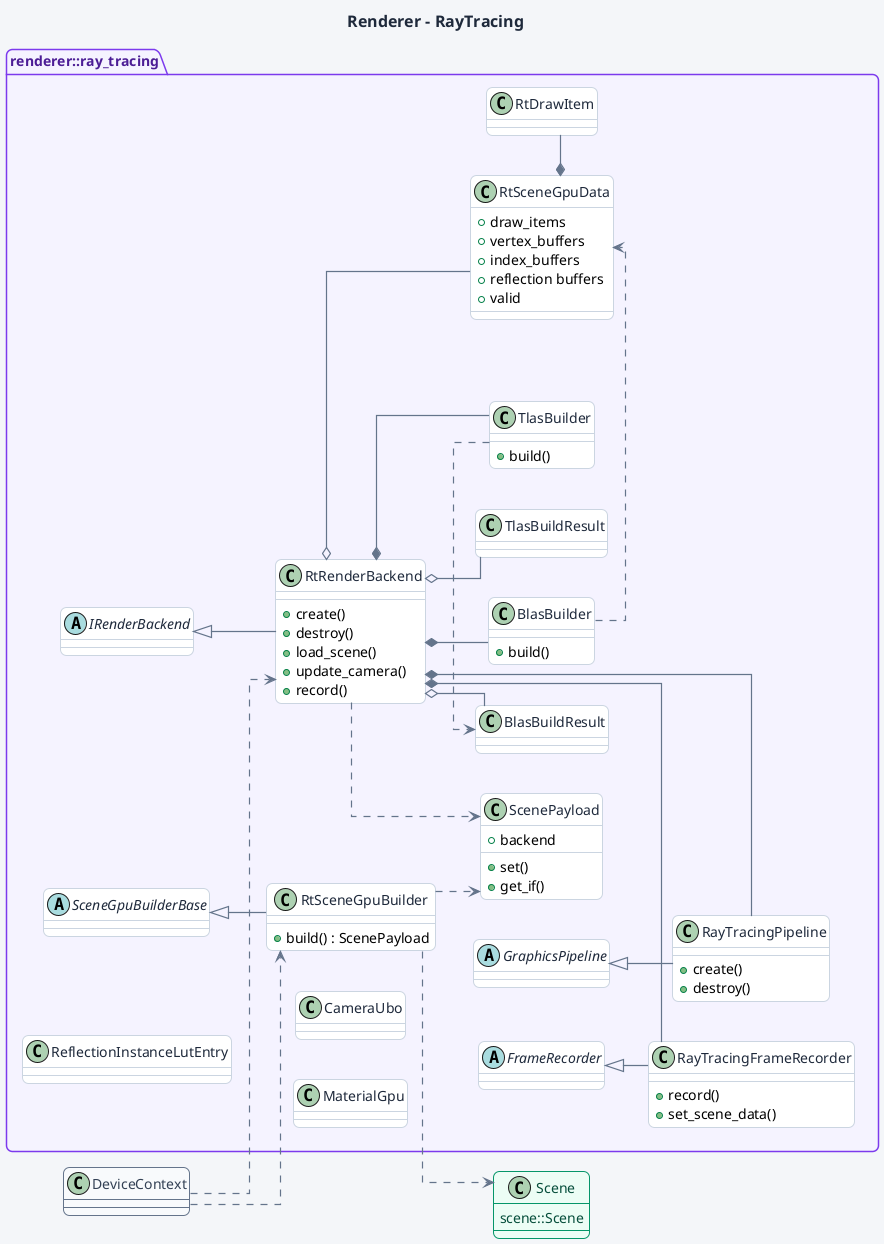
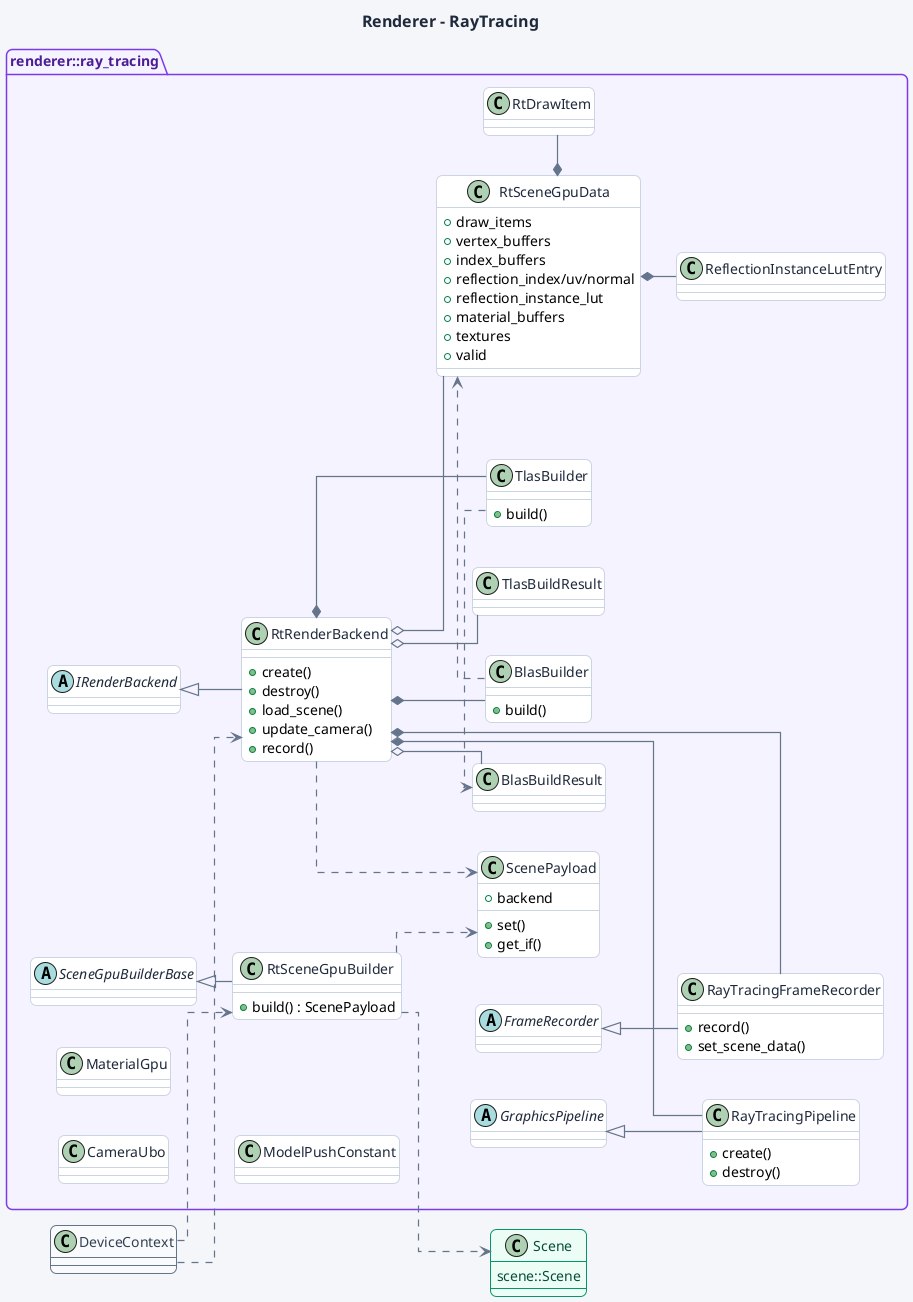
@startuml 07_ray_tracing_backend
' Generate: plantuml -tsvg -tpng -o architecture/out architecture/diagrams/07_ray_tracing_backend.puml

left to right direction
skinparam linetype ortho

skinparam shadowing false
skinparam roundcorner 12
skinparam handwritten false
skinparam backgroundColor #F4F6F9
skinparam ArrowColor #64748B
skinparam ArrowThickness 1.2
skinparam nodesep 40
skinparam ranksep 35

skinparam class {
  BackgroundColor #FFFFFF
  BorderColor #CBD5E1
  FontColor #1E293B
  BorderThickness 1
}

skinparam classAbstract {
  BackgroundColor #FFFFFF
  BorderColor #334155
  FontStyle italic
}

skinparam package {
  BackgroundColor #F5F3FF
  BorderColor #7C3AED
  FontColor #4C1D95
  FontStyle bold
  BorderThickness 1.5
}

skinparam title {
  FontColor #1E293B
  FontSize 16
  FontStyle bold
}

title Renderer - RayTracing

class Scene #ECFDF5;line:059669;text:064E3B {
  scene::Scene
}

class DeviceContext #F8FAFC;line:64748B;text:334155

package "renderer::ray_tracing" {

  together {
    abstract class SceneGpuBuilderBase
    class RtSceneGpuBuilder {
      + build() : ScenePayload
    }
  }

  class ScenePayload {
    + backend
    + set()
    + get_if()
  }

  together {
    abstract class IRenderBackend
    class RtRenderBackend {
      + create()
      + destroy()
      + load_scene()
      + update_camera()
      + record()
    }
  }

  class RtSceneGpuData {
    + draw_items
    + vertex_buffers
    + index_buffers
-     + reflection buffers
+     + reflection_index/uv/normal
+     + reflection_instance_lut
+     + material_buffers
+     + textures
    + valid
  }

  class RtDrawItem

  class ReflectionInstanceLutEntry

  together {
    class BlasBuilder {
      + build()
    }
    class BlasBuildResult
  }

  together {
    class TlasBuilder {
      + build()
    }
    class TlasBuildResult
  }

  together {
    abstract class GraphicsPipeline
    class RayTracingPipeline {
      + create()
      + destroy()
    }
  }

  together {
    abstract class FrameRecorder
    class RayTracingFrameRecorder {
      + record()
      + set_scene_data()
    }
  }

  together {
    class CameraUbo
    class MaterialGpu
+     class ModelPushConstant
  }

  SceneGpuBuilderBase -[hidden]right- ScenePayload
  ScenePayload -[hidden]right- IRenderBackend
  IRenderBackend -[hidden]right- RtSceneGpuData
  RtSceneGpuData -[hidden]right- RtDrawItem
  RtDrawItem -[hidden]right- BlasBuilder
  BlasBuilder -[hidden]right- TlasBuilder
  TlasBuilder -[hidden]right- GraphicsPipeline
  GraphicsPipeline -[hidden]right- FrameRecorder
}

SceneGpuBuilderBase <|-- RtSceneGpuBuilder
IRenderBackend <|-- RtRenderBackend
GraphicsPipeline <|-- RayTracingPipeline
FrameRecorder <|-- RayTracingFrameRecorder

RtSceneGpuBuilder ..> Scene
RtSceneGpuBuilder ..> ScenePayload
RtRenderBackend ..> ScenePayload

RtRenderBackend *-- RayTracingPipeline
RtRenderBackend *-- RayTracingFrameRecorder
RtRenderBackend o-- RtSceneGpuData
RtRenderBackend *-- BlasBuilder
RtRenderBackend *-- TlasBuilder
RtRenderBackend o-- BlasBuildResult
RtRenderBackend o-- TlasBuildResult

RtSceneGpuData *-- RtDrawItem
+ RtSceneGpuData *-- ReflectionInstanceLutEntry
BlasBuilder ..> RtSceneGpuData
TlasBuilder ..> BlasBuildResult

DeviceContext ..> RtSceneGpuBuilder
DeviceContext ..> RtRenderBackend

@enduml
